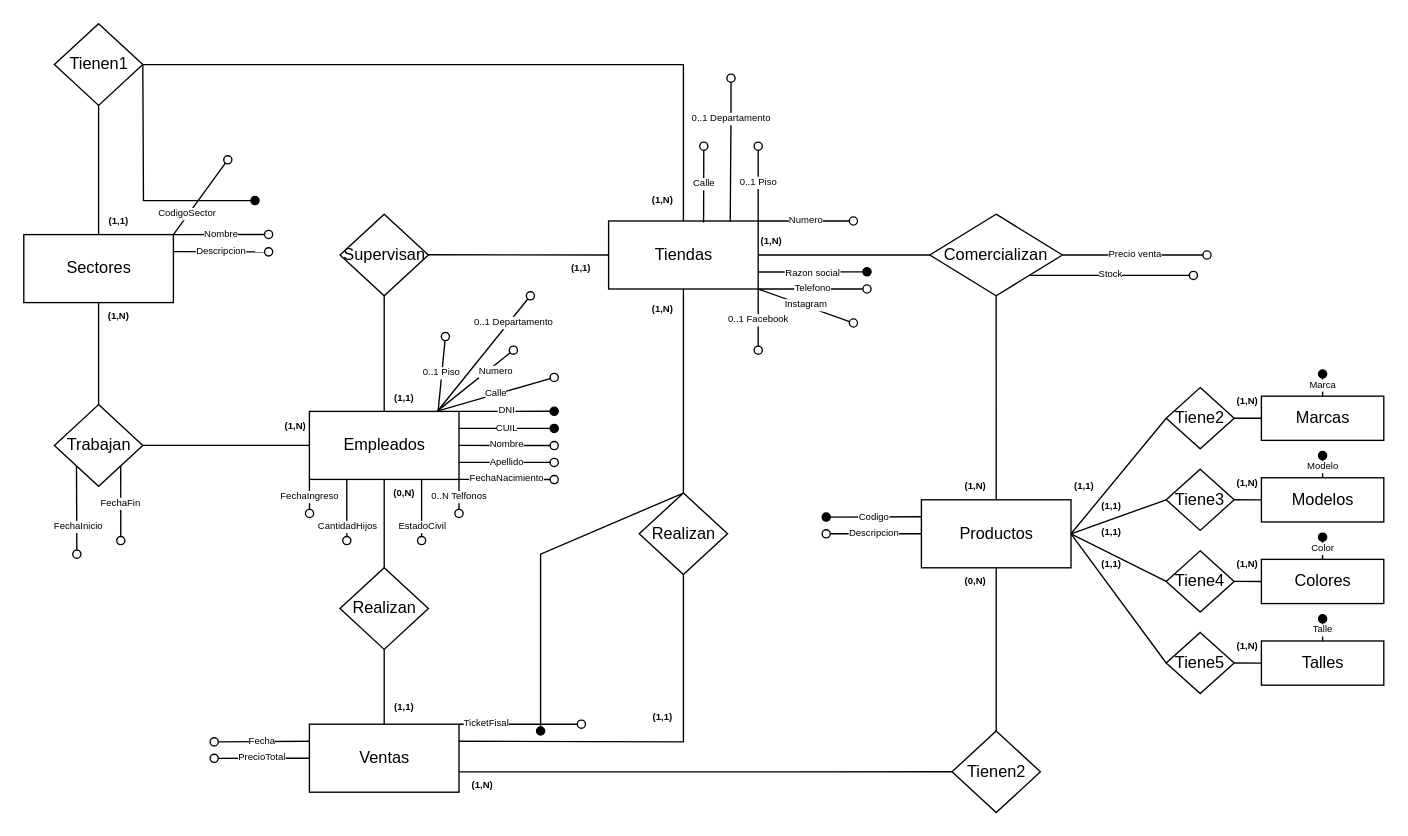
This is 2°Año/2°Semestre/DBD/Practicas/Practica2/Ejercico4/Ejercicio4Logico.drawio from ElianDFernandez/UNLP-APU, a draw.io file, before an edit. Source tidied: cells renumbered, new cells numbered last; positions are measured from the earlier drawing's top-left corner, leaving out a move shared by most shapes. Both pictures are drawn from the tidied source at 136%, with x=0, y=0 at pixel (23, 23).
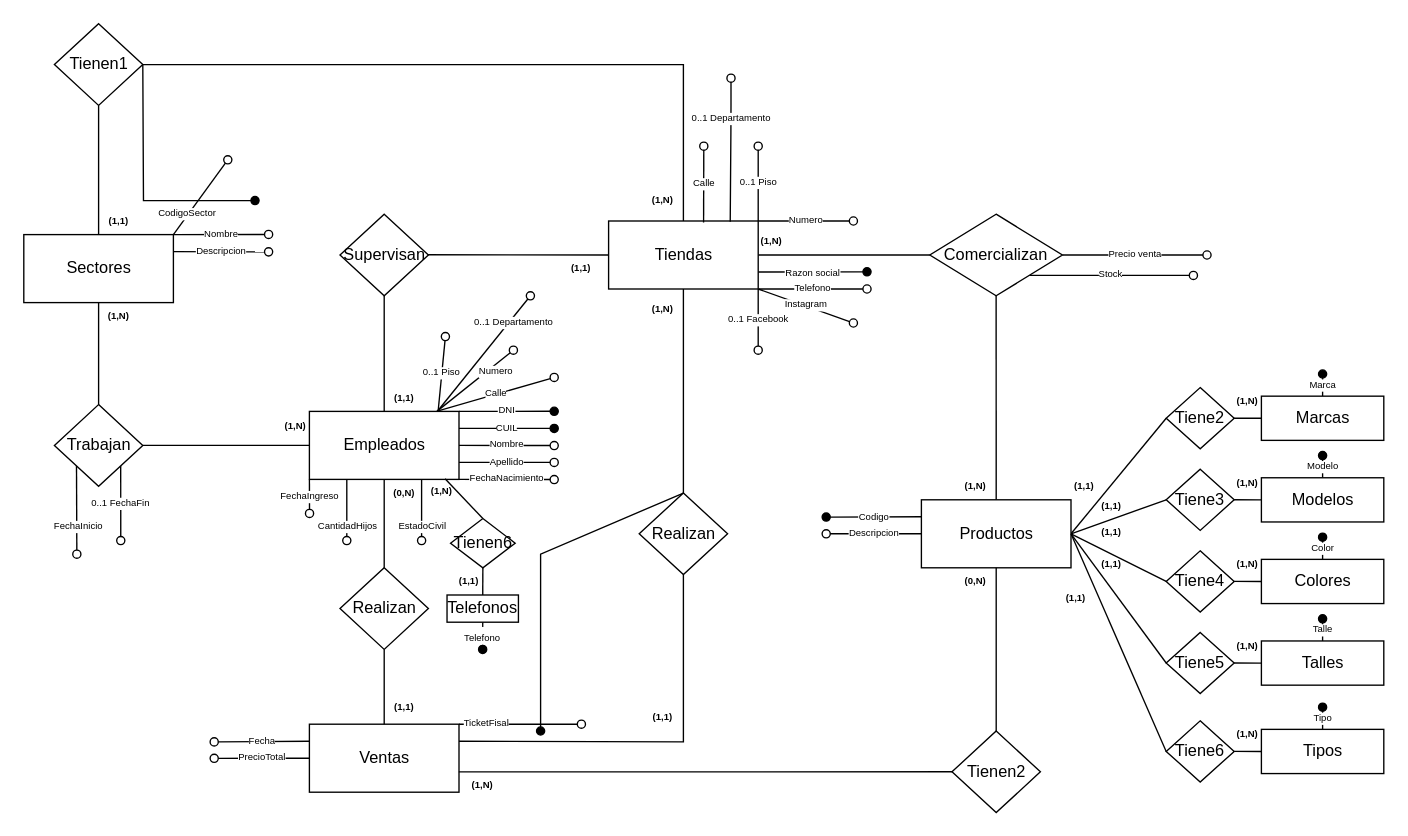
After the change.

Unchanged cells that the change refers to:
```xml
<mxCell id="20" value="Empleados" style="html=1;" parent="1" vertex="1">
  <mxGeometry x="210" y="285" width="110" height="50" as="geometry" />
</mxCell>
<mxCell id="29" value="Trabajan" style="rhombus;whiteSpace=wrap;html=1;" parent="1" vertex="1">
  <mxGeometry x="22.5" y="280" width="65" height="60" as="geometry" />
</mxCell>
<mxCell id="37" value="Productos" style="html=1;" parent="1" vertex="1">
  <mxGeometry x="660" y="350" width="110" height="50" as="geometry" />
</mxCell>
```

The edit, as a diff of the source:
```diff
@@
-    <mxCell id="16" value="0..N Telfonos" style="edgeStyle=none;rounded=0;html=1;exitX=1;exitY=1;exitDx=0;exitDy=0;fontSize=7;endArrow=oval;endFill=0;" parent="1" edge="1" source="20">
-      <mxGeometry relative="1" as="geometry">
-        <mxPoint x="320" y="360" as="targetPoint" />
-      </mxGeometry>
-    </mxCell>
@@
-    <mxCell id="27" value="FechaFin" style="edgeStyle=none;rounded=0;html=1;exitX=1;exitY=1;exitDx=0;exitDy=0;fontSize=7;endArrow=oval;endFill=0;" parent="1" edge="1" source="29">
+    <mxCell id="27" value="0..1 FechaFin" style="edgeStyle=none;rounded=0;html=1;exitX=1;exitY=1;exitDx=0;exitDy=0;fontSize=7;endArrow=oval;endFill=0;" parent="1" edge="1" source="29">
       <mxGeometry relative="1" as="geometry">
         <mxPoint x="71.3" y="380" as="targetPoint" />
       </mxGeometry>
     </mxCell>
@@
+    <mxCell id="105" value="&lt;font style=&quot;font-size: 7px;&quot;&gt;Telefono&lt;/font&gt;" style="edgeStyle=none;html=1;exitX=0.5;exitY=1;exitDx=0;exitDy=0;endArrow=oval;endFill=1;" parent="1" edge="1" source="106">
+      <mxGeometry relative="1" as="geometry">
+        <mxPoint x="337.4" y="460" as="targetPoint" />
+      </mxGeometry>
+    </mxCell>
+    <mxCell id="106" value="Telefonos" style="html=1;" parent="1" vertex="1">
+      <mxGeometry x="311.2" y="420" width="52.5" height="20" as="geometry" />
+    </mxCell>
+    <mxCell id="107" style="edgeStyle=none;html=1;exitX=0.5;exitY=1;exitDx=0;exitDy=0;entryX=0.5;entryY=0;entryDx=0;entryDy=0;endArrow=none;endFill=0;" parent="1" edge="1" source="109" target="106">
+      <mxGeometry relative="1" as="geometry" />
+    </mxCell>
+    <mxCell id="108" style="edgeStyle=none;html=1;exitX=0.5;exitY=0;exitDx=0;exitDy=0;entryX=0.907;entryY=0.99;entryDx=0;entryDy=0;entryPerimeter=0;endArrow=none;endFill=0;" parent="1" edge="1" source="109" target="20">
+      <mxGeometry relative="1" as="geometry" />
+    </mxCell>
+    <mxCell id="109" value="Tienen6" style="rhombus;whiteSpace=wrap;html=1;" parent="1" vertex="1">
+      <mxGeometry x="313.8" y="363.8" width="47.5" height="36.2" as="geometry" />
+    </mxCell>
+    <mxCell id="110" value="(1,N)" style="text;align=center;fontStyle=1;verticalAlign=middle;spacingLeft=3;spacingRight=3;strokeColor=none;fontSize=7;" parent="1" vertex="1">
+      <mxGeometry x="297.5" y="333.8" width="20" height="20" as="geometry" />
+    </mxCell>
+    <mxCell id="111" value="(1,1)" style="text;align=center;fontStyle=1;verticalAlign=middle;spacingLeft=3;spacingRight=3;strokeColor=none;fontSize=7;" parent="1" vertex="1">
+      <mxGeometry x="317.5" y="400" width="20" height="20" as="geometry" />
+    </mxCell>
+    <mxCell id="112" style="edgeStyle=none;rounded=0;html=1;exitX=1;exitY=0.5;exitDx=0;exitDy=0;entryX=0;entryY=0.5;entryDx=0;entryDy=0;fontSize=7;endArrow=none;endFill=0;" parent="1" edge="1" source="37" target="114">
+      <mxGeometry relative="1" as="geometry" />
+    </mxCell>
+    <mxCell id="113" style="edgeStyle=none;rounded=0;html=1;exitX=1;exitY=0.5;exitDx=0;exitDy=0;entryX=0;entryY=0.5;entryDx=0;entryDy=0;fontSize=7;endArrow=none;endFill=0;" parent="1" edge="1" source="114" target="116">
+      <mxGeometry relative="1" as="geometry" />
+    </mxCell>
+    <mxCell id="114" value="Tiene6" style="rhombus;whiteSpace=wrap;html=1;" parent="1" vertex="1">
+      <mxGeometry x="840" y="512.5" width="50" height="45" as="geometry" />
+    </mxCell>
+    <mxCell id="115" value="Tipo" style="edgeStyle=none;rounded=0;html=1;exitX=0.5;exitY=0;exitDx=0;exitDy=0;fontSize=7;endArrow=oval;endFill=1;" parent="1" edge="1" source="116">
+      <mxGeometry relative="1" as="geometry">
+        <mxPoint x="955" y="502.5" as="targetPoint" />
+      </mxGeometry>
+    </mxCell>
+    <mxCell id="116" value="Tipos" style="html=1;" parent="1" vertex="1">
+      <mxGeometry x="910" y="518.8" width="90" height="32.5" as="geometry" />
+    </mxCell>
+    <mxCell id="117" value="(1,1)" style="text;align=center;fontStyle=1;verticalAlign=middle;spacingLeft=3;spacingRight=3;strokeColor=none;fontSize=7;" parent="1" vertex="1">
+      <mxGeometry x="763.8" y="412.5" width="20" height="20" as="geometry" />
+    </mxCell>
+    <mxCell id="118" value="(1,N)" style="text;align=center;fontStyle=1;verticalAlign=middle;spacingLeft=3;spacingRight=3;strokeColor=none;fontSize=7;" parent="1" vertex="1">
+      <mxGeometry x="890" y="512.5" width="20" height="20" as="geometry" />
+    </mxCell>
```
